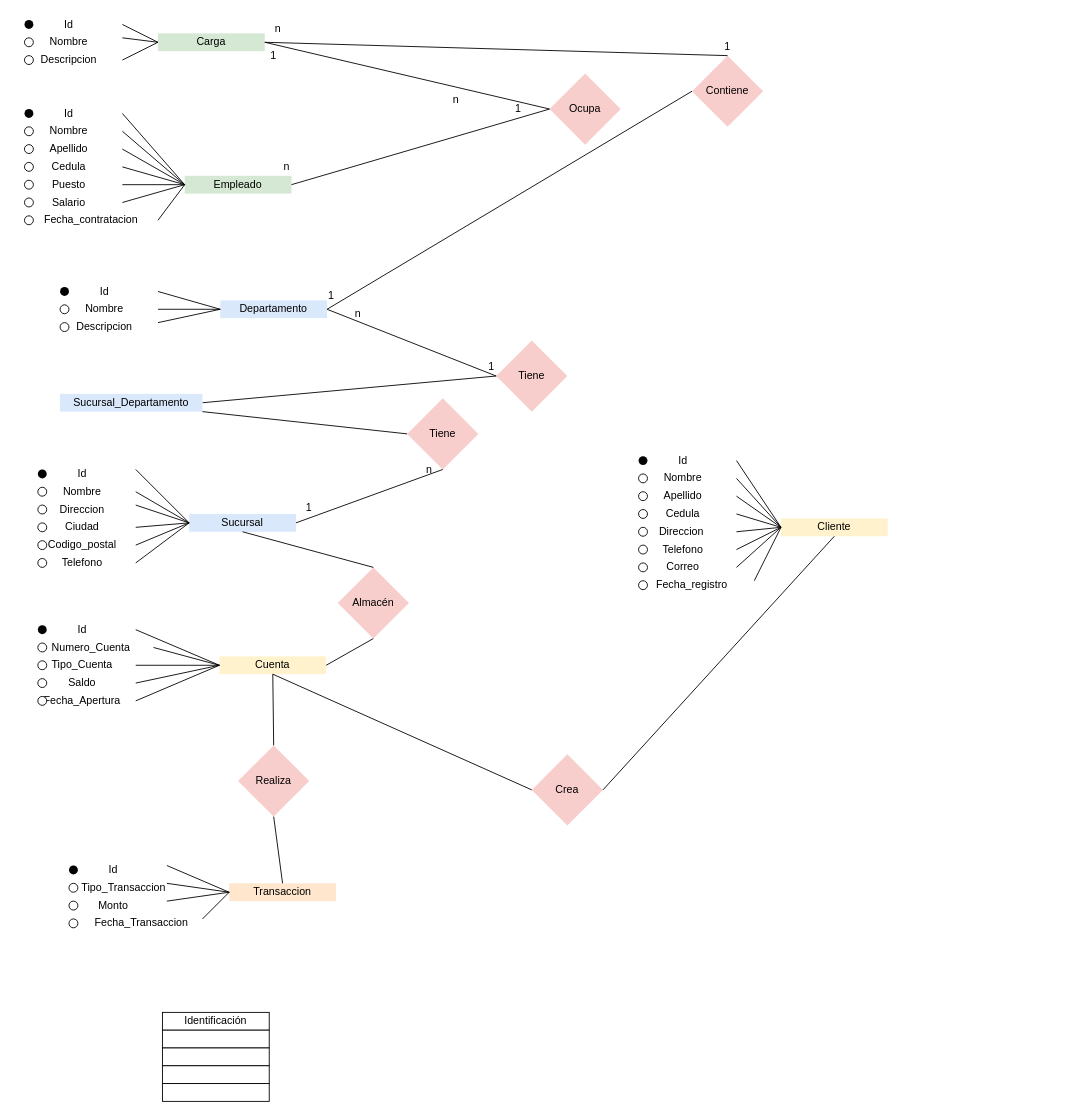
Above: Diagrama sin título.drawio in Nico1091/Bases-de-datos (draw.io), before the change. Source tidied: cells renumbered, new cells numbered last; positions are measured from the earlier drawing's top-left corner, leaving out a move shared by most shapes. Both pictures are drawn from the tidied source at 89%, with x=0, y=0 at pixel (15, 15).
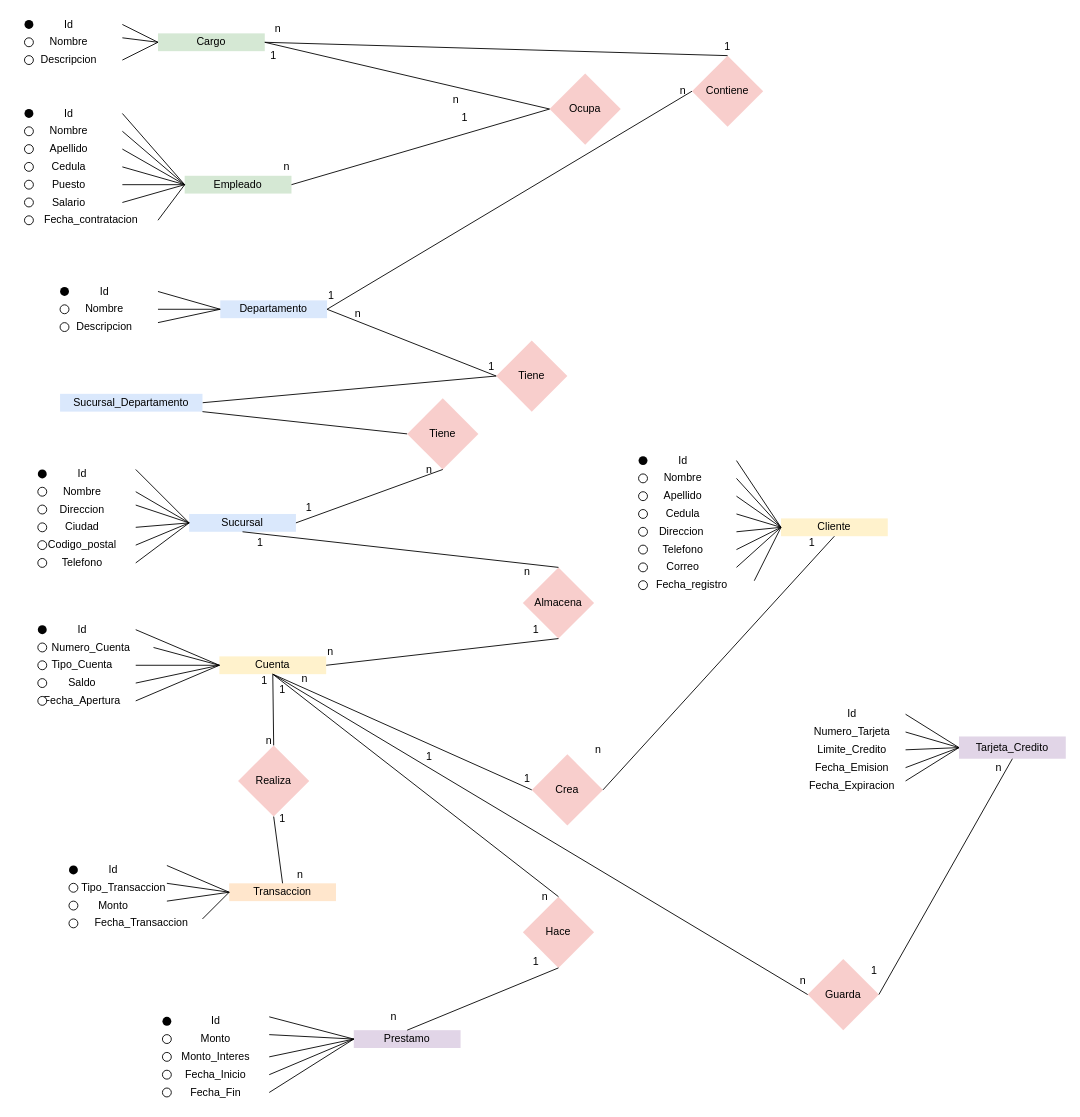
After the change.

The change refers to these unchanged cells:
```xml
<mxCell id="81" value="Cuenta" style="rounded=0;whiteSpace=wrap;html=1;strokeColor=none;fillColor=#fff2cc;" parent="1" vertex="1">
  <mxGeometry x="229" y="720" width="120" height="20" as="geometry" />
</mxCell>
```

Change to the diagram source:
```diff
@@
-    <mxCell id="37" value="Carga" style="rounded=0;whiteSpace=wrap;html=1;strokeColor=none;fillColor=#d5e8d4;" parent="1" vertex="1">
+    <mxCell id="37" value="Cargo" style="rounded=0;whiteSpace=wrap;html=1;strokeColor=none;fillColor=#d5e8d4;" parent="1" vertex="1">
       <mxGeometry x="160" y="20" width="120" height="20" as="geometry" />
     </mxCell>
@@
     <mxCell id="94" value="1" style="rounded=0;whiteSpace=wrap;html=1;strokeColor=none;fillColor=none;" parent="1" vertex="1">
-      <mxGeometry x="560" y="100" width="10" height="10" as="geometry" />
+      <mxGeometry x="500" y="110" width="10" height="10" as="geometry" />
     </mxCell>
@@
-    <mxCell id="141" value="Almacén" style="rhombus;whiteSpace=wrap;html=1;fillColor=#f8cecc;strokeColor=none;" parent="1" vertex="1">
-      <mxGeometry x="362" y="620" width="80" height="80" as="geometry" />
+    <mxCell id="141" value="Almacena" style="rhombus;whiteSpace=wrap;html=1;fillColor=#f8cecc;strokeColor=none;" parent="1" vertex="1">
+      <mxGeometry x="570" y="620" width="80" height="80" as="geometry" />
     </mxCell>
@@
-    <mxCell id="150" value="Identificación" style="rounded=0;whiteSpace=wrap;html=1;" parent="1" vertex="1">
+    <mxCell id="150" value="Id" style="rounded=0;whiteSpace=wrap;html=1;fillColor=none;strokeColor=none;" parent="1" vertex="1">
       <mxGeometry x="165" y="1120" width="120" height="20" as="geometry" />
     </mxCell>
-    <mxCell id="151" style="rounded=0;whiteSpace=wrap;html=1;" parent="1" vertex="1">
+    <mxCell id="151" value="Monto" style="rounded=0;whiteSpace=wrap;html=1;fillColor=none;strokeColor=none;" parent="1" vertex="1">
       <mxGeometry x="165" y="1140" width="120" height="20" as="geometry" />
     </mxCell>
-    <mxCell id="152" style="rounded=0;whiteSpace=wrap;html=1;" parent="1" vertex="1">
+    <mxCell id="152" value="Monto_Interes" style="rounded=0;whiteSpace=wrap;html=1;fillColor=none;strokeColor=none;" parent="1" vertex="1">
       <mxGeometry x="165" y="1160" width="120" height="20" as="geometry" />
     </mxCell>
-    <mxCell id="153" style="rounded=0;whiteSpace=wrap;html=1;" parent="1" vertex="1">
+    <mxCell id="153" value="Fecha_Inicio" style="rounded=0;whiteSpace=wrap;html=1;fillColor=none;strokeColor=none;" parent="1" vertex="1">
       <mxGeometry x="165" y="1180" width="120" height="20" as="geometry" />
     </mxCell>
-    <mxCell id="154" style="rounded=0;whiteSpace=wrap;html=1;" parent="1" vertex="1">
+    <mxCell id="154" value="Fecha_Fin" style="rounded=0;whiteSpace=wrap;html=1;fillColor=none;strokeColor=none;" parent="1" vertex="1">
       <mxGeometry x="165" y="1200" width="120" height="20" as="geometry" />
     </mxCell>
+    <mxCell id="155" value="Prestamo" style="rounded=0;whiteSpace=wrap;html=1;fillColor=#e1d5e7;strokeColor=none;" parent="1" vertex="1">
+      <mxGeometry x="380" y="1140" width="120" height="20" as="geometry" />
+    </mxCell>
+    <mxCell id="156" style="endArrow=none;html=1;rounded=0;exitX=1;exitY=0.25;exitDx=0;exitDy=0;entryX=0;entryY=0.5;entryDx=0;entryDy=0;" parent="1" edge="1" source="150" target="155">
+      <mxGeometry relative="1" as="geometry" />
+    </mxCell>
+    <mxCell id="157" style="endArrow=none;html=1;rounded=0;exitX=1;exitY=0.25;exitDx=0;exitDy=0;entryX=0;entryY=0.5;entryDx=0;entryDy=0;" parent="1" edge="1" source="151" target="155">
+      <mxGeometry relative="1" as="geometry" />
+    </mxCell>
+    <mxCell id="158" style="endArrow=none;html=1;rounded=0;exitX=1;exitY=0.5;exitDx=0;exitDy=0;entryX=0;entryY=0.5;entryDx=0;entryDy=0;" parent="1" edge="1" source="152" target="155">
+      <mxGeometry relative="1" as="geometry" />
+    </mxCell>
+    <mxCell id="159" style="endArrow=none;html=1;rounded=0;exitX=1;exitY=0.5;exitDx=0;exitDy=0;entryX=0;entryY=0.5;entryDx=0;entryDy=0;" parent="1" edge="1" source="153" target="155">
+      <mxGeometry relative="1" as="geometry" />
+    </mxCell>
+    <mxCell id="160" style="endArrow=none;html=1;rounded=0;exitX=1;exitY=0.5;exitDx=0;exitDy=0;entryX=0;entryY=0.5;entryDx=0;entryDy=0;" parent="1" edge="1" source="154" target="155">
+      <mxGeometry relative="1" as="geometry" />
+    </mxCell>
+    <mxCell id="161" value="Hace" style="rhombus;whiteSpace=wrap;html=1;strokeColor=none;fillColor=#f8cecc;" parent="1" vertex="1">
+      <mxGeometry x="570" y="990" width="80" height="80" as="geometry" />
+    </mxCell>
+    <mxCell id="162" style="endArrow=none;html=1;rounded=0;exitX=0.5;exitY=0;exitDx=0;exitDy=0;entryX=0.5;entryY=1;entryDx=0;entryDy=0;" parent="1" edge="1" source="161" target="81">
+      <mxGeometry relative="1" as="geometry" />
+    </mxCell>
+    <mxCell id="163" style="endArrow=none;html=1;rounded=0;exitX=0.5;exitY=0;exitDx=0;exitDy=0;entryX=0.5;entryY=1;entryDx=0;entryDy=0;" parent="1" edge="1" source="155" target="161">
+      <mxGeometry relative="1" as="geometry" />
+    </mxCell>
+    <mxCell id="164" value="n" style="rounded=0;whiteSpace=wrap;html=1;strokeColor=none;fillColor=none;" parent="1" vertex="1">
+      <mxGeometry x="745" y="80" width="10" height="10" as="geometry" />
+    </mxCell>
+    <mxCell id="165" value="n" style="rounded=0;whiteSpace=wrap;html=1;strokeColor=none;fillColor=none;" parent="1" vertex="1">
+      <mxGeometry x="349" y="710" width="10" height="10" as="geometry" />
+    </mxCell>
+    <mxCell id="166" value="1" style="rounded=0;whiteSpace=wrap;html=1;strokeColor=none;fillColor=none;" parent="1" vertex="1">
+      <mxGeometry x="270" y="585" width="10" height="15" as="geometry" />
+    </mxCell>
+    <mxCell id="167" value="n" style="rounded=0;whiteSpace=wrap;html=1;strokeColor=none;fillColor=none;" parent="1" vertex="1">
+      <mxGeometry x="570" y="620" width="10" height="10" as="geometry" />
+    </mxCell>
+    <mxCell id="168" value="1" style="rounded=0;whiteSpace=wrap;html=1;strokeColor=none;fillColor=none;" parent="1" vertex="1">
+      <mxGeometry x="580" y="682.5" width="10" height="15" as="geometry" />
+    </mxCell>
+    <mxCell id="169" value="n" style="rounded=0;whiteSpace=wrap;html=1;strokeColor=none;fillColor=none;" parent="1" vertex="1">
+      <mxGeometry x="315" y="960" width="10" height="10" as="geometry" />
+    </mxCell>
+    <mxCell id="170" value="n" style="rounded=0;whiteSpace=wrap;html=1;strokeColor=none;fillColor=none;" parent="1" vertex="1">
+      <mxGeometry x="420" y="1120" width="10" height="10" as="geometry" />
+    </mxCell>
+    <mxCell id="171" value="1" style="rounded=0;whiteSpace=wrap;html=1;strokeColor=none;fillColor=none;" parent="1" vertex="1">
+      <mxGeometry x="890" y="585" width="10" height="15" as="geometry" />
+    </mxCell>
+    <mxCell id="172" value="1" style="rounded=0;whiteSpace=wrap;html=1;strokeColor=none;fillColor=none;" parent="1" vertex="1">
+      <mxGeometry x="275" y="740" width="10" height="15" as="geometry" />
+    </mxCell>
+    <mxCell id="173" value="1" style="rounded=0;whiteSpace=wrap;html=1;strokeColor=none;fillColor=none;" parent="1" vertex="1">
+      <mxGeometry x="295" y="750" width="10" height="15" as="geometry" />
+    </mxCell>
+    <mxCell id="174" value="n" style="rounded=0;whiteSpace=wrap;html=1;strokeColor=none;fillColor=none;" parent="1" vertex="1">
+      <mxGeometry x="320" y="740" width="10" height="10" as="geometry" />
+    </mxCell>
+    <mxCell id="175" value="1" style="rounded=0;whiteSpace=wrap;html=1;strokeColor=none;fillColor=none;" parent="1" vertex="1">
+      <mxGeometry x="295" y="895" width="10" height="15" as="geometry" />
+    </mxCell>
+    <mxCell id="176" value="n" style="rounded=0;whiteSpace=wrap;html=1;strokeColor=none;fillColor=none;" parent="1" vertex="1">
+      <mxGeometry x="280" y="810" width="10" height="10" as="geometry" />
+    </mxCell>
+    <mxCell id="177" value="n" style="rounded=0;whiteSpace=wrap;html=1;strokeColor=none;fillColor=none;" parent="1" vertex="1">
+      <mxGeometry x="650" y="820" width="10" height="10" as="geometry" />
+    </mxCell>
+    <mxCell id="178" value="1" style="rounded=0;whiteSpace=wrap;html=1;strokeColor=none;fillColor=none;" parent="1" vertex="1">
+      <mxGeometry x="570" y="850" width="10" height="15" as="geometry" />
+    </mxCell>
+    <mxCell id="179" value="n" style="rounded=0;whiteSpace=wrap;html=1;strokeColor=none;fillColor=none;" parent="1" vertex="1">
+      <mxGeometry x="590" y="985" width="10" height="10" as="geometry" />
+    </mxCell>
+    <mxCell id="180" value="1" style="rounded=0;whiteSpace=wrap;html=1;strokeColor=none;fillColor=none;" parent="1" vertex="1">
+      <mxGeometry x="580" y="1055" width="10" height="15" as="geometry" />
+    </mxCell>
+    <mxCell id="181" style="ellipse;whiteSpace=wrap;html=1;fillColor=#000000;strokeColor=none;" parent="1" vertex="1">
+      <mxGeometry x="165" y="1125" width="10" height="10" as="geometry" />
+    </mxCell>
+    <mxCell id="182" style="ellipse;whiteSpace=wrap;html=1;fillColor=none;" parent="1" vertex="1">
+      <mxGeometry x="165" y="1145" width="10" height="10" as="geometry" />
+    </mxCell>
+    <mxCell id="183" style="ellipse;whiteSpace=wrap;html=1;fillColor=none;" parent="1" vertex="1">
+      <mxGeometry x="165" y="1165" width="10" height="10" as="geometry" />
+    </mxCell>
+    <mxCell id="184" style="ellipse;whiteSpace=wrap;html=1;fillColor=none;" parent="1" vertex="1">
+      <mxGeometry x="165" y="1185" width="10" height="10" as="geometry" />
+    </mxCell>
+    <mxCell id="185" style="ellipse;whiteSpace=wrap;html=1;fillColor=none;" parent="1" vertex="1">
+      <mxGeometry x="165" y="1205" width="10" height="10" as="geometry" />
+    </mxCell>
+    <mxCell id="186" value="Id" style="rounded=0;whiteSpace=wrap;html=1;strokeColor=none;fillColor=none;" parent="1" vertex="1">
+      <mxGeometry x="880" y="775" width="120" height="20" as="geometry" />
+    </mxCell>
+    <mxCell id="187" value="Numero_Tarjeta" style="rounded=0;whiteSpace=wrap;html=1;strokeColor=none;fillColor=none;" parent="1" vertex="1">
+      <mxGeometry x="880" y="795" width="120" height="20" as="geometry" />
+    </mxCell>
+    <mxCell id="188" value="Limite_Credito" style="rounded=0;whiteSpace=wrap;html=1;strokeColor=none;fillColor=none;" parent="1" vertex="1">
+      <mxGeometry x="880" y="815" width="120" height="20" as="geometry" />
+    </mxCell>
+    <mxCell id="189" value="Fecha_Emision" style="rounded=0;whiteSpace=wrap;html=1;strokeColor=none;fillColor=none;" parent="1" vertex="1">
+      <mxGeometry x="880" y="835" width="120" height="20" as="geometry" />
+    </mxCell>
+    <mxCell id="190" value="Fecha_Expiracion" style="rounded=0;whiteSpace=wrap;html=1;strokeColor=none;fillColor=none;" parent="1" vertex="1">
+      <mxGeometry x="880" y="855" width="120" height="20" as="geometry" />
+    </mxCell>
+    <mxCell id="191" value="Tarjeta_Credito" style="rounded=0;whiteSpace=wrap;html=1;fillColor=#e1d5e7;strokeColor=none;" parent="1" vertex="1">
+      <mxGeometry x="1060" y="810" width="120" height="25" as="geometry" />
+    </mxCell>
+    <mxCell id="192" style="endArrow=none;html=1;rounded=0;entryX=0;entryY=0.5;entryDx=0;entryDy=0;exitX=1;exitY=0.5;exitDx=0;exitDy=0;" parent="1" edge="1" source="186" target="191">
+      <mxGeometry relative="1" as="geometry" />
+    </mxCell>
+    <mxCell id="193" style="endArrow=none;html=1;rounded=0;entryX=0;entryY=0.5;entryDx=0;entryDy=0;exitX=1;exitY=0.5;exitDx=0;exitDy=0;" parent="1" edge="1" source="187" target="191">
+      <mxGeometry relative="1" as="geometry" />
+    </mxCell>
+    <mxCell id="194" style="endArrow=none;html=1;rounded=0;entryX=0;entryY=0.5;entryDx=0;entryDy=0;exitX=1;exitY=0.5;exitDx=0;exitDy=0;" parent="1" edge="1" source="188" target="191">
+      <mxGeometry relative="1" as="geometry" />
+    </mxCell>
+    <mxCell id="195" style="endArrow=none;html=1;rounded=0;entryX=0;entryY=0.5;entryDx=0;entryDy=0;exitX=1;exitY=0.5;exitDx=0;exitDy=0;" parent="1" edge="1" source="189" target="191">
+      <mxGeometry relative="1" as="geometry" />
+    </mxCell>
+    <mxCell id="196" style="endArrow=none;html=1;rounded=0;entryX=0;entryY=0.5;entryDx=0;entryDy=0;exitX=1;exitY=0.25;exitDx=0;exitDy=0;" parent="1" edge="1" source="190" target="191">
+      <mxGeometry relative="1" as="geometry" />
+    </mxCell>
+    <mxCell id="197" value="Guarda" style="rhombus;whiteSpace=wrap;html=1;fillColor=#f8cecc;strokeColor=none;" parent="1" vertex="1">
+      <mxGeometry x="890" y="1060" width="80" height="80" as="geometry" />
+    </mxCell>
+    <mxCell id="198" style="endArrow=none;html=1;rounded=0;entryX=0.5;entryY=1;entryDx=0;entryDy=0;exitX=1;exitY=0.5;exitDx=0;exitDy=0;" parent="1" edge="1" source="197" target="191">
+      <mxGeometry relative="1" as="geometry" />
+    </mxCell>
+    <mxCell id="199" style="endArrow=none;html=1;rounded=0;exitX=0;exitY=0.5;exitDx=0;exitDy=0;entryX=0.5;entryY=1;entryDx=0;entryDy=0;" parent="1" edge="1" source="197" target="81">
+      <mxGeometry relative="1" as="geometry" />
+    </mxCell>
+    <mxCell id="200" value="1" style="rounded=0;whiteSpace=wrap;html=1;strokeColor=none;fillColor=none;" parent="1" vertex="1">
+      <mxGeometry x="460" y="825" width="10" height="15" as="geometry" />
+    </mxCell>
+    <mxCell id="201" value="n" style="rounded=0;whiteSpace=wrap;html=1;strokeColor=none;fillColor=none;" parent="1" vertex="1">
+      <mxGeometry x="880" y="1080" width="10" height="10" as="geometry" />
+    </mxCell>
+    <mxCell id="202" value="n" style="rounded=0;whiteSpace=wrap;html=1;strokeColor=none;fillColor=none;" parent="1" vertex="1">
+      <mxGeometry x="1100" y="840" width="10" height="10" as="geometry" />
+    </mxCell>
+    <mxCell id="203" value="1" style="rounded=0;whiteSpace=wrap;html=1;strokeColor=none;fillColor=none;" parent="1" vertex="1">
+      <mxGeometry x="960" y="1065" width="10" height="15" as="geometry" />
+    </mxCell>
```
